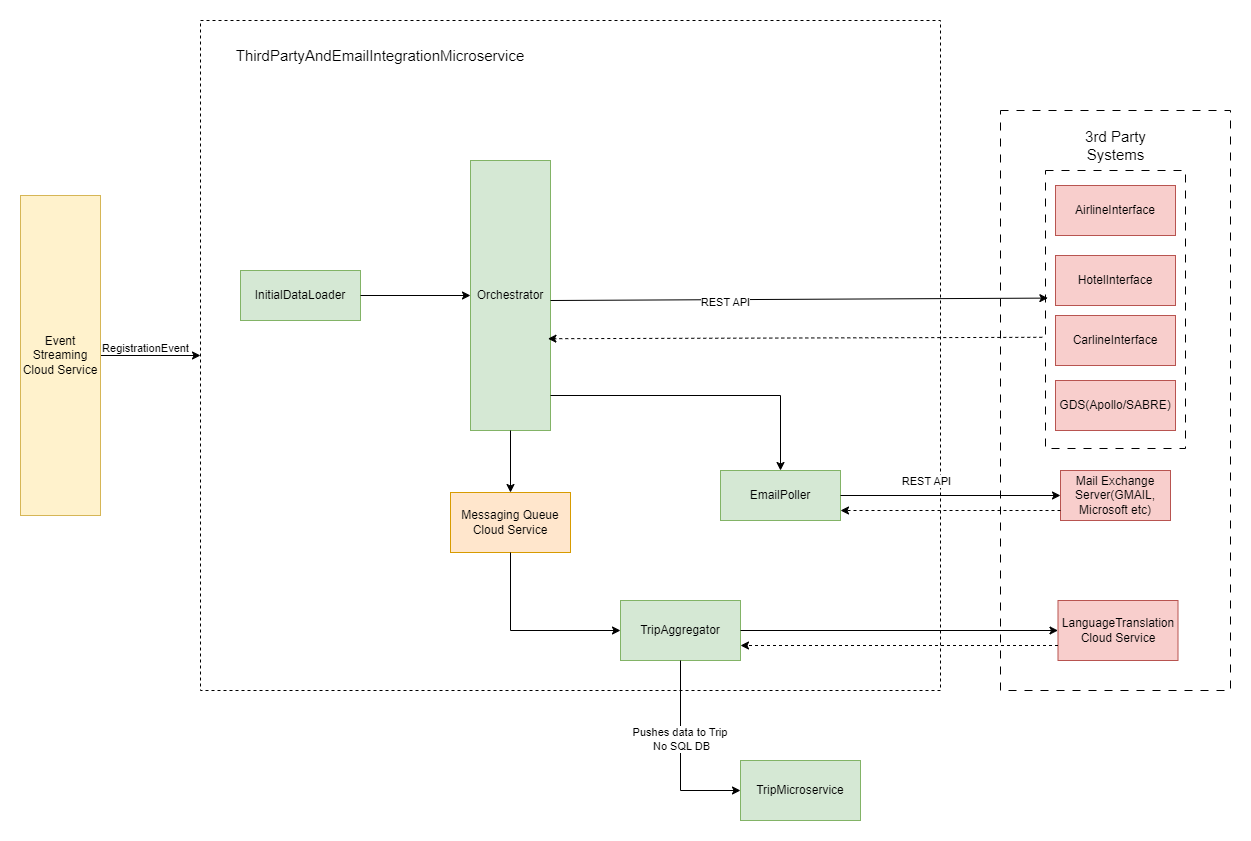
beyond-blueprints/arch-katas-2023 keeps this draw.io diagram as Diagrams/IndividualComponentDiagrams/InitialDataLoader.drawio.png. Above is the earlier version. Source tidied: cells renumbered, new cells last; positions are measured from the earlier drawing's top-left corner, leaving out a move shared by most shapes.
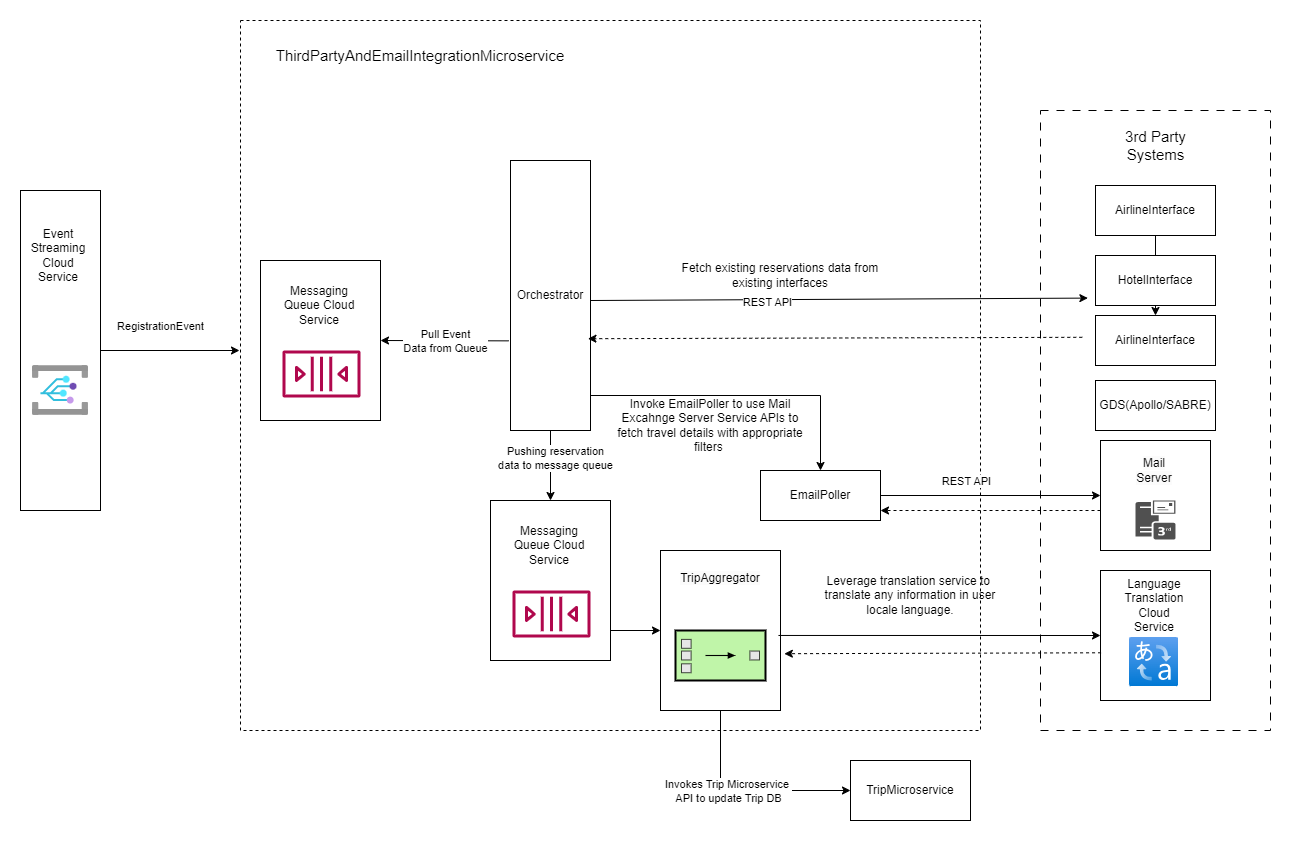
After the commit.

Change to the diagram source:
```diff
@@ -2,51 +2,59 @@
   <root>
     <mxCell id="0" />
     <mxCell id="1" parent="0" />
-    <mxCell id="2" style="rounded=0;whiteSpace=wrap;html=1;dashed=1;fillColor=none;" parent="1" vertex="1">
-      <mxGeometry x="180" width="740" height="670" as="geometry" />
+    <mxCell id="2" style="rounded=0;whiteSpace=wrap;html=1;dashed=1;fillColor=#ffffff;" parent="1" vertex="1">
+      <mxGeometry x="180" width="740" height="710" as="geometry" />
     </mxCell>
     <mxCell id="3" style="rounded=0;whiteSpace=wrap;html=1;fillColor=none;dashed=1;dashPattern=8 8;" parent="1" vertex="1">
-      <mxGeometry x="980" y="90" width="230" height="580" as="geometry" />
+      <mxGeometry x="980" y="90" width="230" height="620" as="geometry" />
     </mxCell>
-    <mxCell id="4" style="rounded=0;whiteSpace=wrap;html=1;fillColor=none;dashed=1;dashPattern=8 8;" parent="1" vertex="1">
-      <mxGeometry x="1025" y="150" width="140" height="278" as="geometry" />
-    </mxCell>
     <mxCell id="5" value="ThirdPartyAndEmailIntegrationMicroservice" style="text;html=1;strokeColor=none;fillColor=none;align=center;verticalAlign=middle;whiteSpace=wrap;rounded=0;fontSize=15;" parent="1" vertex="1">
       <mxGeometry x="330" y="20" width="60" height="30" as="geometry" />
     </mxCell>
-    <mxCell id="6" value="Orchestrator" style="rounded=0;whiteSpace=wrap;html=1;fillColor=#d5e8d4;strokeColor=#82b366;" parent="1" vertex="1">
+    <mxCell id="6" value="Orchestrator" style="rounded=0;whiteSpace=wrap;html=1;fillColor=default;strokeColor=default;" parent="1" vertex="1">
       <mxGeometry x="450" y="140" width="80" height="270" as="geometry" />
     </mxCell>
-    <mxCell id="7" style="edgeStyle=orthogonalEdgeStyle;rounded=0;jettySize=auto;html=1;" parent="1" edge="1" source="9" target="2">
-      <mxGeometry relative="1" as="geometry" />
+    <mxCell id="7" style="edgeStyle=orthogonalEdgeStyle;rounded=0;orthogonalLoop=1;jettySize=auto;html=1;" parent="1" edge="1">
+      <mxGeometry relative="1" as="geometry">
+        <mxPoint x="39" y="330" as="sourcePoint" />
+        <mxPoint x="179" y="330" as="targetPoint" />
+      </mxGeometry>
     </mxCell>
     <mxCell id="8" value="RegistrationEvent" style="edgeLabel;html=1;align=center;verticalAlign=middle;" parent="7" vertex="1">
-      <mxGeometry x="-0.13" y="8" relative="1" as="geometry" />
+      <mxGeometry x="-0.13" y="8" relative="1" as="geometry">
+        <mxPoint y="-17" as="offset" />
+      </mxGeometry>
     </mxCell>
-    <mxCell id="9" value="Event Streaming Cloud Service" style="rounded=0;whiteSpace=wrap;html=1;fillColor=#fff2cc;strokeColor=#d6b656;" parent="1" vertex="1">
-      <mxGeometry y="175" width="80" height="320" as="geometry" />
+    <mxCell id="9" style="rounded=0;whiteSpace=wrap;html=1;fillColor=#FFFFFF;strokeColor=default;" parent="1" vertex="1">
+      <mxGeometry x="-40" y="170" width="80" height="320" as="geometry" />
     </mxCell>
-    <mxCell id="10" value="InitialDataLoader" style="rounded=0;whiteSpace=wrap;html=1;fillColor=#d5e8d4;strokeColor=#82b366;" parent="1" vertex="1">
-      <mxGeometry x="220" y="250" width="120" height="50" as="geometry" />
-    </mxCell>
-    <mxCell id="11" style="endArrow=classic;html=1;rounded=0;exitX=1;exitY=0.5;exitDx=0;exitDy=0;entryX=0;entryY=0.5;entryDx=0;entryDy=0;" parent="1" edge="1" source="10" target="6">
-      <mxGeometry relative="1" as="geometry" />
+    <mxCell id="11" style="endArrow=classic;html=1;rounded=0;exitX=-0.021;exitY=0.668;exitDx=0;exitDy=0;entryX=1;entryY=0.5;entryDx=0;entryDy=0;exitPerimeter=0;" parent="1" edge="1" source="6">
+      <mxGeometry relative="1" as="geometry">
+        <mxPoint x="320" y="320" as="targetPoint" />
+      </mxGeometry>
     </mxCell>
+    <mxCell id="36" value="Pull Event&lt;br&gt;Data from Queue" style="edgeLabel;html=1;align=center;verticalAlign=middle;" parent="11" vertex="1">
+      <mxGeometry x="0.02" relative="1" as="geometry" />
+    </mxCell>
+    <mxCell id="37" style="edgeStyle=orthogonalEdgeStyle;rounded=0;jettySize=auto;html=1;" parent="1" edge="1" source="12" target="55">
+      <mxGeometry relative="1" as="geometry" />
+    </mxCell>
-    <mxCell id="12" value="AirlineInterface" style="rounded=0;whiteSpace=wrap;html=1;fillColor=#f8cecc;strokeColor=#b85450;" parent="1" vertex="1">
+    <mxCell id="12" value="AirlineInterface" style="rounded=0;whiteSpace=wrap;html=1;fillColor=default;strokeColor=default;" parent="1" vertex="1">
       <mxGeometry x="1035" y="165" width="120" height="50" as="geometry" />
     </mxCell>
-    <mxCell id="13" value="GDS(Apollo/SABRE)" style="rounded=0;whiteSpace=wrap;html=1;fillColor=#f8cecc;strokeColor=#b85450;" parent="1" vertex="1">
+    <mxCell id="13" value="GDS(Apollo/SABRE)" style="rounded=0;whiteSpace=wrap;html=1;fillColor=default;strokeColor=default;" parent="1" vertex="1">
       <mxGeometry x="1035" y="360" width="120" height="50" as="geometry" />
     </mxCell>
-    <mxCell id="14" value="HotelInterface" style="rounded=0;whiteSpace=wrap;html=1;fillColor=#f8cecc;strokeColor=#b85450;" parent="1" vertex="1">
+    <mxCell id="14" value="HotelInterface" style="rounded=0;whiteSpace=wrap;html=1;fillColor=default;strokeColor=default;" parent="1" vertex="1">
       <mxGeometry x="1035" y="235" width="120" height="50" as="geometry" />
     </mxCell>
-    <mxCell id="15" value="EmailPoller" style="rounded=0;whiteSpace=wrap;html=1;fillColor=#d5e8d4;strokeColor=#82b366;" parent="1" vertex="1">
+    <mxCell id="15" value="EmailPoller" style="rounded=0;whiteSpace=wrap;html=1;fillColor=default;strokeColor=default;" parent="1" vertex="1">
       <mxGeometry x="700" y="450" width="120" height="50" as="geometry" />
     </mxCell>
-    <mxCell id="16" style="endArrow=classic;html=1;rounded=0;entryX=0.017;entryY=0.459;entryDx=0;entryDy=0;entryPerimeter=0;" parent="1" edge="1" target="4">
+    <mxCell id="16" style="endArrow=classic;html=1;rounded=0;entryX=0.017;entryY=0.459;entryDx=0;entryDy=0;entryPerimeter=0;" parent="1" edge="1">
       <mxGeometry relative="1" as="geometry">
         <mxPoint x="530" y="280" as="sourcePoint" />
+        <mxPoint x="1027.4" y="277.6" as="targetPoint" />
       </mxGeometry>
     </mxCell>
     <mxCell id="17" value="REST API" style="edgeLabel;html=1;align=center;verticalAlign=middle;" parent="16" vertex="1">
@@ -60,8 +68,8 @@
         </Array>
       </mxGeometry>
     </mxCell>
-    <mxCell id="19" value="Mail Exchange Server(GMAIL, Microsoft etc)" style="rounded=0;whiteSpace=wrap;html=1;fillColor=#f8cecc;strokeColor=#b85450;" parent="1" vertex="1">
-      <mxGeometry x="1040" y="450" width="110" height="50" as="geometry" />
+    <mxCell id="19" style="rounded=0;whiteSpace=wrap;html=1;fillColor=default;strokeColor=default;" parent="1" vertex="1">
+      <mxGeometry x="1040" y="420" width="110" height="110" as="geometry" />
     </mxCell>
     <mxCell id="20" style="endArrow=classic;html=1;rounded=0;entryX=0;entryY=0.5;entryDx=0;entryDy=0;exitX=1;exitY=0.5;exitDx=0;exitDy=0;" parent="1" edge="1" source="15" target="19">
       <mxGeometry relative="1" as="geometry" />
@@ -71,11 +79,13 @@
         <mxPoint x="5" y="-15" as="offset" />
       </mxGeometry>
     </mxCell>
-    <mxCell id="22" style="endArrow=classic;html=1;rounded=0;entryX=0.968;entryY=0.66;entryDx=0;entryDy=0;entryPerimeter=0;dashed=1;exitX=-0.023;exitY=0.6;exitDx=0;exitDy=0;exitPerimeter=0;" parent="1" edge="1" source="4" target="6">
-      <mxGeometry relative="1" as="geometry" />
+    <mxCell id="22" style="endArrow=classic;html=1;rounded=0;entryX=0.968;entryY=0.66;entryDx=0;entryDy=0;entryPerimeter=0;dashed=1;exitX=-0.023;exitY=0.6;exitDx=0;exitDy=0;exitPerimeter=0;" parent="1" edge="1" target="6">
+      <mxGeometry relative="1" as="geometry">
+        <mxPoint x="1021.8" y="316.8" as="sourcePoint" />
+      </mxGeometry>
     </mxCell>
-    <mxCell id="23" value="TripAggregator" style="rounded=0;whiteSpace=wrap;html=1;fillColor=#d5e8d4;strokeColor=#82b366;" parent="1" vertex="1">
-      <mxGeometry x="600" y="580" width="120" height="60" as="geometry" />
+    <mxCell id="23" style="rounded=0;whiteSpace=wrap;html=1;fillColor=#ffffff;strokeColor=#000000;" parent="1" vertex="1">
+      <mxGeometry x="600" y="530" width="120" height="160" as="geometry" />
     </mxCell>
     <mxCell id="24" style="endArrow=classic;html=1;rounded=0;entryX=0;entryY=0.5;entryDx=0;entryDy=0;exitX=0.5;exitY=1;exitDx=0;exitDy=0;" parent="1" edge="1" source="23" target="31">
       <mxGeometry relative="1" as="geometry">
@@ -84,17 +94,20 @@
         </Array>
       </mxGeometry>
     </mxCell>
-    <mxCell id="25" value="Pushes data to Trip&amp;nbsp;&lt;br&gt;No SQL DB" style="edgeLabel;html=1;align=center;verticalAlign=middle;" parent="24" vertex="1">
+    <mxCell id="25" value="Invokes Trip Microservice&amp;nbsp;&lt;br&gt;API to update Trip DB" style="edgeLabel;html=1;align=center;verticalAlign=middle;" parent="24" vertex="1">
       <mxGeometry x="-0.18" relative="1" as="geometry" />
     </mxCell>
-    <mxCell id="26" value="Messaging Queue Cloud Service" style="rounded=0;whiteSpace=wrap;html=1;fillColor=#ffe6cc;strokeColor=#d79b00;" parent="1" vertex="1">
-      <mxGeometry x="430" y="472" width="120" height="60" as="geometry" />
-    </mxCell>
-    <mxCell id="27" style="endArrow=classic;html=1;rounded=0;exitX=0.5;exitY=1;exitDx=0;exitDy=0;entryX=0.5;entryY=0;entryDx=0;entryDy=0;" parent="1" edge="1" source="6" target="26">
-      <mxGeometry relative="1" as="geometry" />
+    <mxCell id="27" style="endArrow=classic;html=1;rounded=0;exitX=0.5;exitY=1;exitDx=0;exitDy=0;entryX=0.5;entryY=0;entryDx=0;entryDy=0;" parent="1" edge="1" source="6">
+      <mxGeometry relative="1" as="geometry">
+        <mxPoint x="490" y="480" as="targetPoint" />
+      </mxGeometry>
     </mxCell>
+    <mxCell id="38" value="Pushing reservation&lt;br&gt;data to message queue" style="edgeLabel;html=1;align=center;verticalAlign=middle;" parent="27" vertex="1">
+      <mxGeometry x="-0.24" y="4" relative="1" as="geometry" />
+    </mxCell>
-    <mxCell id="28" style="endArrow=classic;html=1;rounded=0;exitX=0.5;exitY=1;exitDx=0;exitDy=0;entryX=0;entryY=0.5;entryDx=0;entryDy=0;" parent="1" edge="1" source="26" target="23">
+    <mxCell id="28" style="endArrow=classic;html=1;rounded=0;exitX=0.5;exitY=1;exitDx=0;exitDy=0;entryX=0;entryY=0.5;entryDx=0;entryDy=0;" parent="1" edge="1" target="23">
       <mxGeometry relative="1" as="geometry">
+        <mxPoint x="490" y="540" as="sourcePoint" />
         <Array as="points">
           <mxPoint x="490" y="610" />
         </Array>
@@ -106,16 +119,16 @@
     <mxCell id="30" value="3rd Party Systems" style="text;html=1;strokeColor=none;fillColor=none;align=center;verticalAlign=middle;whiteSpace=wrap;rounded=0;fontSize=15;" parent="1" vertex="1">
       <mxGeometry x="1037.5" y="110" width="115" height="30" as="geometry" />
     </mxCell>
-    <mxCell id="31" value="TripMicroservice" style="rounded=0;whiteSpace=wrap;html=1;fillColor=#d5e8d4;strokeColor=#82b366;" parent="1" vertex="1">
-      <mxGeometry x="720" y="740" width="120" height="60" as="geometry" />
+    <mxCell id="31" value="TripMicroservice" style="rounded=0;whiteSpace=wrap;html=1;fillColor=default;strokeColor=default;" parent="1" vertex="1">
+      <mxGeometry x="790" y="740" width="120" height="60" as="geometry" />
     </mxCell>
-    <mxCell id="32" value="LanguageTranslation&lt;br&gt;Cloud Service" style="rounded=0;whiteSpace=wrap;html=1;fillColor=#f8cecc;strokeColor=#b85450;" parent="1" vertex="1">
-      <mxGeometry x="1037.5" y="580" width="120" height="60" as="geometry" />
+    <mxCell id="32" style="rounded=0;whiteSpace=wrap;html=1;fillColor=default;strokeColor=default;" parent="1" vertex="1">
+      <mxGeometry x="1040" y="550" width="110" height="130" as="geometry" />
     </mxCell>
-    <mxCell id="33" style="endArrow=classic;html=1;rounded=0;exitX=1;exitY=0.5;exitDx=0;exitDy=0;entryX=0;entryY=0.5;entryDx=0;entryDy=0;" parent="1" edge="1" source="23" target="32">
+    <mxCell id="33" style="endArrow=classic;html=1;rounded=0;exitX=0.983;exitY=0.531;exitDx=0;exitDy=0;entryX=0;entryY=0.5;entryDx=0;entryDy=0;exitPerimeter=0;" parent="1" edge="1" source="23" target="32">
       <mxGeometry relative="1" as="geometry" />
     </mxCell>
-    <mxCell id="34" style="endArrow=classic;html=1;rounded=0;exitX=0;exitY=0.75;exitDx=0;exitDy=0;entryX=1;entryY=0.75;entryDx=0;entryDy=0;strokeColor=default;dashed=1;" parent="1" edge="1" source="32" target="23">
+    <mxCell id="34" style="endArrow=classic;html=1;rounded=0;exitX=0.005;exitY=0.633;exitDx=0;exitDy=0;strokeColor=default;dashed=1;exitPerimeter=0;entryX=1.032;entryY=0.645;entryDx=0;entryDy=0;entryPerimeter=0;" parent="1" edge="1" source="32" target="23">
       <mxGeometry relative="1" as="geometry" />
     </mxCell>
     <mxCell id="35" style="endArrow=classic;html=1;rounded=0;exitX=0;exitY=0.75;exitDx=0;exitDy=0;strokeColor=default;dashed=1;" parent="1" edge="1">
@@ -124,5 +137,65 @@
         <mxPoint x="820" y="490" as="targetPoint" />
       </mxGeometry>
     </mxCell>
+    <mxCell id="39" style="edgeStyle=orthogonalEdgeStyle;rounded=0;orthogonalLoop=1;jettySize=auto;html=1;exitX=0.5;exitY=1;exitDx=0;exitDy=0;" parent="1" edge="1">
+      <mxGeometry relative="1" as="geometry">
+        <mxPoint x="260" y="410" as="sourcePoint" />
+        <mxPoint x="260" y="410" as="targetPoint" />
+      </mxGeometry>
+    </mxCell>
+    <mxCell id="40" value="Invoke EmailPoller to use Mail Excahnge Server Service APIs to fetch travel details with appropriate filters&amp;nbsp;" style="text;html=1;strokeColor=none;fillColor=none;align=center;verticalAlign=middle;whiteSpace=wrap;rounded=0;" parent="1" vertex="1">
+      <mxGeometry x="550" y="390" width="200" height="30" as="geometry" />
+    </mxCell>
+    <mxCell id="41" value="Fetch existing reservations data from existing interfaces" style="text;html=1;strokeColor=none;fillColor=none;align=center;verticalAlign=middle;whiteSpace=wrap;rounded=0;" parent="1" vertex="1">
+      <mxGeometry x="620" y="240" width="200" height="30" as="geometry" />
+    </mxCell>
+    <mxCell id="42" value="Leverage translation service to&amp;nbsp;&lt;br&gt;translate any information in user locale language." style="text;html=1;strokeColor=none;fillColor=none;align=center;verticalAlign=middle;whiteSpace=wrap;rounded=0;" parent="1" vertex="1">
+      <mxGeometry x="750" y="560" width="200" height="30" as="geometry" />
+    </mxCell>
+    <mxCell id="43" style="rounded=0;whiteSpace=wrap;html=1;fillColor=#FFFFFF;strokeColor=default;" parent="1" vertex="1">
+      <mxGeometry x="430" y="480" width="120" height="160" as="geometry" />
+    </mxCell>
+    <mxCell id="44" style="sketch=0;fontColor=#232F3E;gradientColor=none;fillColor=#B0084D;strokeColor=none;dashed=0;verticalLabelPosition=bottom;verticalAlign=top;align=center;html=1;fontSize=12;fontStyle=0;shape=mxgraph.aws4.queue;" parent="1" vertex="1">
+      <mxGeometry x="452" y="570" width="78" height="47" as="geometry" />
+    </mxCell>
+    <mxCell id="45" value="Messaging Queue Cloud Service" style="text;html=1;strokeColor=none;fillColor=none;align=center;verticalAlign=middle;whiteSpace=wrap;rounded=0;" parent="1" vertex="1">
+      <mxGeometry x="449" y="510" width="80" height="30" as="geometry" />
+    </mxCell>
+    <mxCell id="46" style="rounded=0;whiteSpace=wrap;html=1;fillColor=#FFFFFF;strokeColor=default;" parent="1" vertex="1">
+      <mxGeometry x="200" y="240" width="120" height="160" as="geometry" />
+    </mxCell>
+    <mxCell id="47" style="sketch=0;fontColor=#232F3E;gradientColor=none;fillColor=#B0084D;strokeColor=none;dashed=0;verticalLabelPosition=bottom;verticalAlign=top;align=center;html=1;fontSize=12;fontStyle=0;shape=mxgraph.aws4.queue;" parent="1" vertex="1">
+      <mxGeometry x="222" y="330" width="78" height="47" as="geometry" />
+    </mxCell>
+    <mxCell id="48" value="Messaging Queue Cloud Service" style="text;html=1;strokeColor=none;fillColor=none;align=center;verticalAlign=middle;whiteSpace=wrap;rounded=0;" parent="1" vertex="1">
+      <mxGeometry x="219" y="270" width="80" height="30" as="geometry" />
+    </mxCell>
+    <mxCell id="49" style="html=1;strokeWidth=2;dashed=0;align=center;fontSize=8;fillColor=#c0f5a9;verticalLabelPosition=bottom;verticalAlign=top;shape=mxgraph.eip.aggregator;" parent="1" vertex="1">
+      <mxGeometry x="615" y="610" width="90" height="50" as="geometry" />
+    </mxCell>
+    <mxCell id="50" value="&#10;&lt;span style=&quot;color: rgb(0, 0, 0); font-family: Helvetica; font-size: 12px; font-style: normal; font-variant-ligatures: normal; font-variant-caps: normal; font-weight: 400; letter-spacing: normal; orphans: 2; text-align: center; text-indent: 0px; text-transform: none; widows: 2; word-spacing: 0px; -webkit-text-stroke-width: 0px; background-color: rgb(251, 251, 251); text-decoration-thickness: initial; text-decoration-style: initial; text-decoration-color: initial; float: none; display: inline !important;&quot;&gt;TripAggregator&lt;/span&gt;&#10;&#10;" style="text;html=1;strokeColor=none;fillColor=none;align=center;verticalAlign=middle;whiteSpace=wrap;rounded=0;" parent="1" vertex="1">
+      <mxGeometry x="630" y="550" width="60" height="30" as="geometry" />
+    </mxCell>
+    <mxCell id="51" style="image;html=1;align=center;fontSize=12;image=img/lib/azure2/integration/Event_Grid_Subscriptions.svg;" parent="1" vertex="1">
+      <mxGeometry x="-27.9" y="345" width="55.8" height="50" as="geometry" />
+    </mxCell>
+    <mxCell id="52" value="Event Streaming Cloud Service" style="text;html=1;strokeColor=none;fillColor=none;align=center;verticalAlign=middle;whiteSpace=wrap;rounded=0;" parent="1" vertex="1">
+      <mxGeometry x="-32.1" y="220" width="60" height="30" as="geometry" />
+    </mxCell>
+    <mxCell id="53" style="image;html=1;align=center;fontSize=12;image=img/lib/azure2/ai_machine_learning/Translator_Text.svg;" parent="1" vertex="1">
+      <mxGeometry x="1069" y="617" width="49" height="49" as="geometry" />
+    </mxCell>
+    <mxCell id="54" value="Language Translation&lt;br style=&quot;border-color: var(--border-color);&quot;&gt;Cloud Service" style="text;html=1;strokeColor=none;fillColor=none;align=center;verticalAlign=middle;whiteSpace=wrap;rounded=0;" parent="1" vertex="1">
+      <mxGeometry x="1063.5" y="570" width="60" height="30" as="geometry" />
+    </mxCell>
+    <mxCell id="55" value="AirlineInterface" style="rounded=0;whiteSpace=wrap;html=1;fillColor=default;strokeColor=default;" parent="1" vertex="1">
+      <mxGeometry x="1035" y="295" width="120" height="50" as="geometry" />
+    </mxCell>
+    <mxCell id="56" style="sketch=0;shadow=0;dashed=0;html=1;strokeColor=none;fillColor=#505050;labelPosition=center;verticalLabelPosition=bottom;verticalAlign=top;align=center;shape=mxgraph.office.servers.3rd_party_mail_server;" parent="1" vertex="1">
+      <mxGeometry x="1075" y="480" width="40" height="39" as="geometry" />
+    </mxCell>
+    <mxCell id="57" value="&lt;br&gt;&lt;span style=&quot;color: rgb(0, 0, 0); font-family: Helvetica; font-size: 12px; font-style: normal; font-variant-ligatures: normal; font-variant-caps: normal; font-weight: 400; letter-spacing: normal; orphans: 2; text-align: center; text-indent: 0px; text-transform: none; widows: 2; word-spacing: 0px; -webkit-text-stroke-width: 0px; background-color: rgb(251, 251, 251); text-decoration-thickness: initial; text-decoration-style: initial; text-decoration-color: initial; float: none; display: inline !important;&quot;&gt;Mail Server&lt;/span&gt;&lt;br&gt;" style="text;html=1;strokeColor=none;fillColor=none;align=center;verticalAlign=middle;whiteSpace=wrap;rounded=0;" parent="1" vertex="1">
+      <mxGeometry x="1063.5" y="428" width="60" height="30" as="geometry" />
+    </mxCell>
   </root>
 </mxGraphModel>
```
